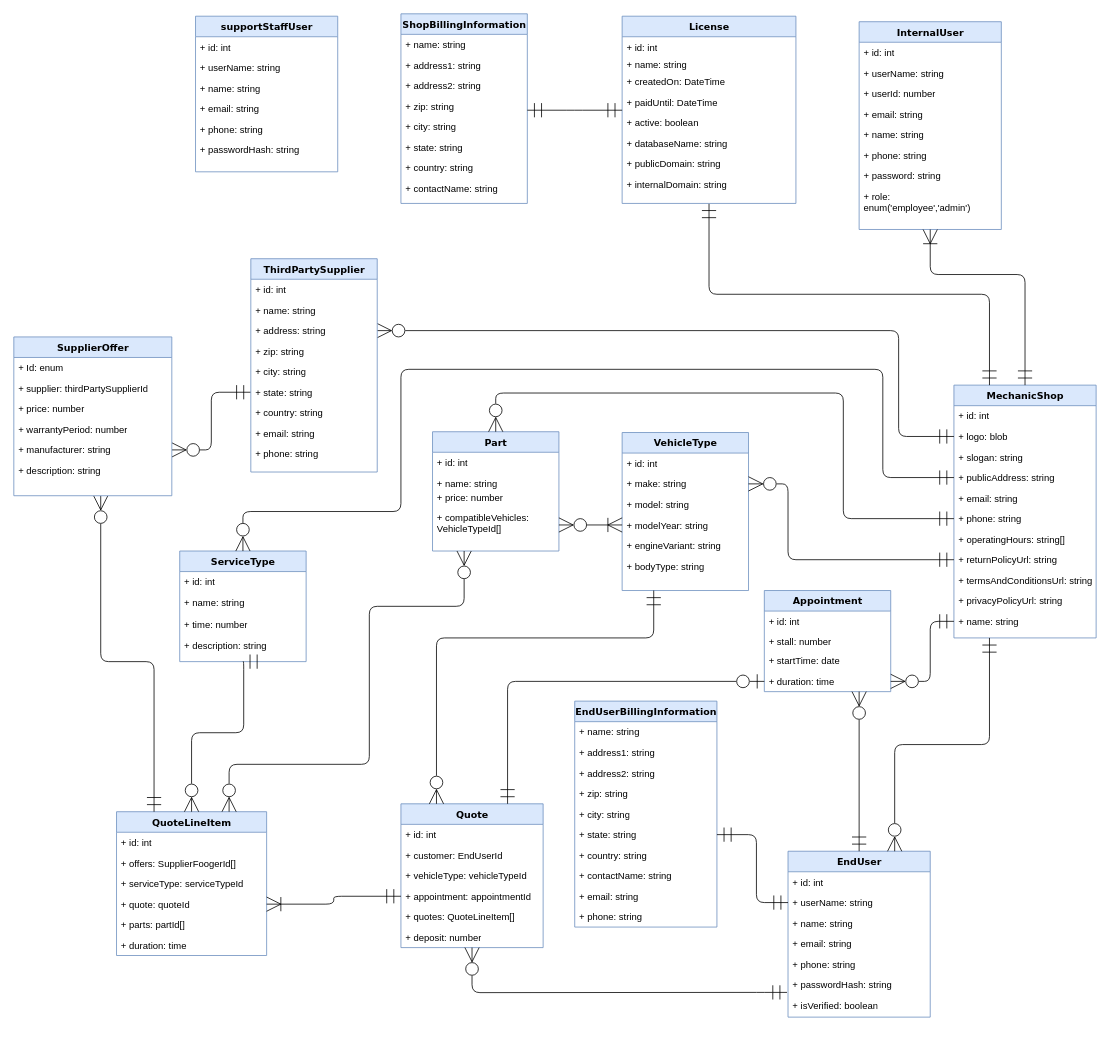
Above: Entity_Relationship_Diagrams/ERD.drawio in Awrmani/AutoQuotes (draw.io), before the change. Source tidied: cells renumbered, new cells numbered last; positions are measured from the earlier drawing's top-left corner, leaving out a move shared by most shapes. Both pictures are drawn from the tidied source at 79%, with x=0, y=0 at pixel (13, 13).
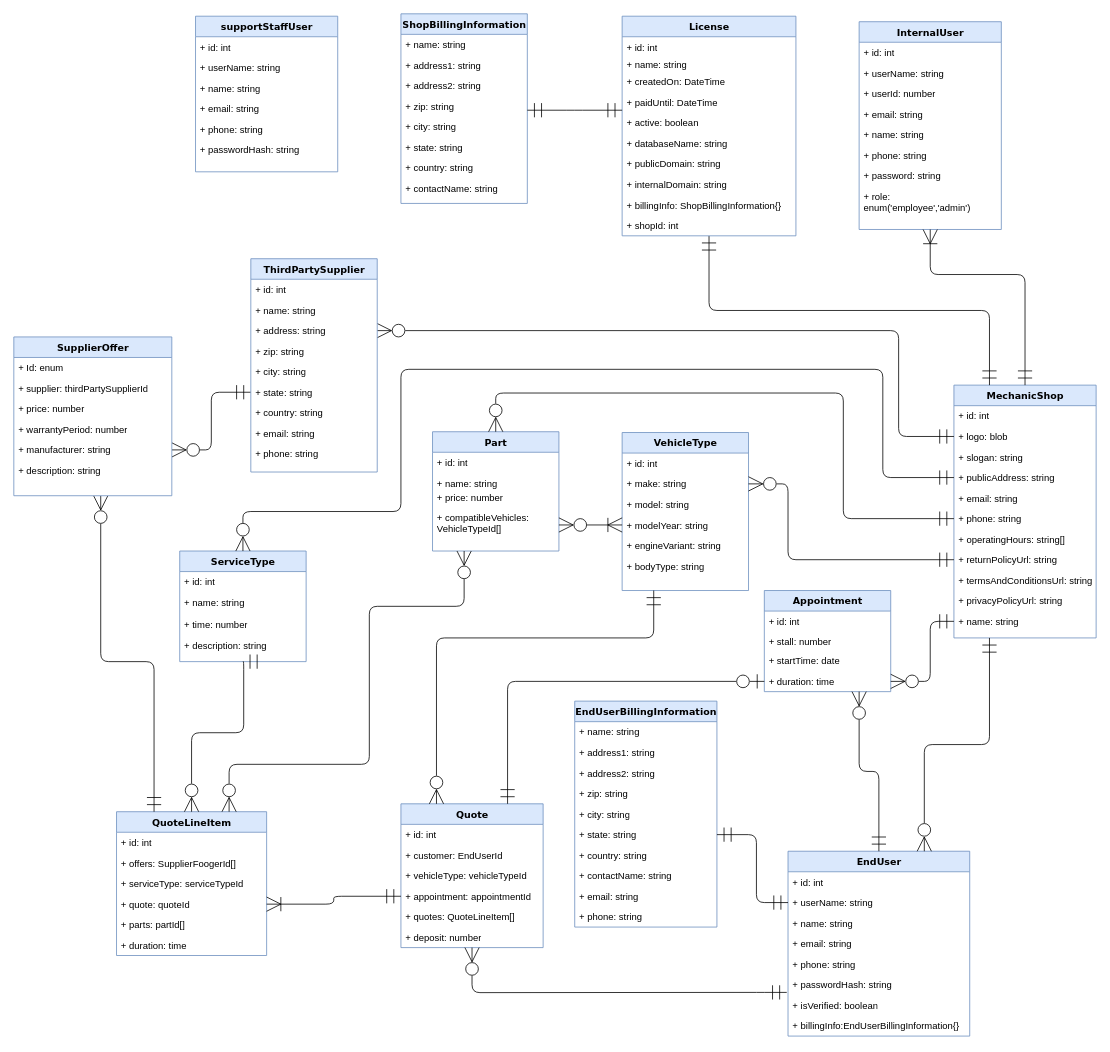
The same diagram, later.

What changed in the source:
```diff
@@
     <mxCell id="53" value="EndUser" style="swimlane;html=1;fontStyle=1;align=center;verticalAlign=top;horizontal=1;startSize=26;swimlaneFillColor=#ffffff;rounded=0;shadow=0;comic=0;labelBackgroundColor=none;strokeWidth=1;fillColor=#dae8fc;fontFamily=Verdana;fontSize=12;strokeColor=#6c8ebf;" parent="1" vertex="1">
-      <mxGeometry x="980" y="1060" width="180" height="210" as="geometry" />
+      <mxGeometry x="980" y="1060" width="230" height="234" as="geometry" />
     </mxCell>
     <mxCell id="54" value="+ id: int" style="text;html=1;strokeColor=none;fillColor=none;align=left;verticalAlign=top;spacingLeft=4;spacingRight=4;whiteSpace=wrap;overflow=hidden;" parent="53" vertex="1">
-      <mxGeometry y="26" width="180" height="26" as="geometry" />
+      <mxGeometry y="26" width="230" height="26" as="geometry" />
     </mxCell>
     <mxCell id="55" value="+ userName: string" style="text;html=1;strokeColor=none;fillColor=none;align=left;verticalAlign=top;spacingLeft=4;spacingRight=4;whiteSpace=wrap;overflow=hidden;" parent="53" vertex="1">
-      <mxGeometry y="52" width="180" height="26" as="geometry" />
+      <mxGeometry y="52" width="230" height="26" as="geometry" />
     </mxCell>
     <mxCell id="56" value="+ name: string" style="text;html=1;strokeColor=none;fillColor=none;align=left;verticalAlign=top;spacingLeft=4;spacingRight=4;whiteSpace=wrap;overflow=hidden;" parent="53" vertex="1">
-      <mxGeometry y="78" width="180" height="26" as="geometry" />
+      <mxGeometry y="78" width="230" height="26" as="geometry" />
     </mxCell>
     <mxCell id="57" value="+ email: string" style="text;html=1;strokeColor=none;fillColor=none;align=left;verticalAlign=top;spacingLeft=4;spacingRight=4;whiteSpace=wrap;overflow=hidden;" parent="53" vertex="1">
-      <mxGeometry y="104" width="180" height="26" as="geometry" />
+      <mxGeometry y="104" width="230" height="26" as="geometry" />
     </mxCell>
     <mxCell id="58" value="+ phone: string" style="text;html=1;strokeColor=none;fillColor=none;align=left;verticalAlign=top;spacingLeft=4;spacingRight=4;whiteSpace=wrap;overflow=hidden;" parent="53" vertex="1">
-      <mxGeometry y="130" width="180" height="26" as="geometry" />
+      <mxGeometry y="130" width="230" height="26" as="geometry" />
     </mxCell>
     <mxCell id="59" value="+ passwordHash: string" style="text;html=1;strokeColor=none;fillColor=none;align=left;verticalAlign=top;spacingLeft=4;spacingRight=4;whiteSpace=wrap;overflow=hidden;points=[[0,0.5],[1,0.5]];portConstraint=eastwest;" parent="53" vertex="1">
-      <mxGeometry y="156" width="180" height="26" as="geometry" />
+      <mxGeometry y="156" width="230" height="26" as="geometry" />
     </mxCell>
     <mxCell id="60" value="+ isVerified: boolean" style="text;html=1;strokeColor=none;fillColor=none;align=left;verticalAlign=top;spacingLeft=4;spacingRight=4;whiteSpace=wrap;overflow=hidden;" parent="53" vertex="1">
-      <mxGeometry y="182" width="180" height="26" as="geometry" />
+      <mxGeometry y="182" width="230" height="26" as="geometry" />
     </mxCell>
+    <mxCell id="141" value="+ billingInfo:EndUserBillingInformation{}" style="text;html=1;strokeColor=none;fillColor=none;align=left;verticalAlign=top;spacingLeft=4;spacingRight=4;whiteSpace=wrap;overflow=hidden;" parent="53" vertex="1">
+      <mxGeometry y="208" width="230" height="26" as="geometry" />
+    </mxCell>
@@
     <mxCell id="107" value="License" style="swimlane;html=1;fontStyle=1;align=center;verticalAlign=top;horizontal=1;startSize=26;swimlaneFillColor=#ffffff;rounded=0;shadow=0;comic=0;labelBackgroundColor=none;strokeWidth=1;fillColor=#dae8fc;fontFamily=Verdana;fontSize=12;strokeColor=#6c8ebf;" parent="1" vertex="1">
-      <mxGeometry x="770" y="3" width="220" height="237" as="geometry" />
+      <mxGeometry x="770" y="3" width="220" height="278" as="geometry" />
     </mxCell>
@@
+    <mxCell id="142" value="+ billingInfo: ShopBillingInformation{}" style="text;html=1;strokeColor=none;fillColor=none;align=left;verticalAlign=top;spacingLeft=4;spacingRight=4;whiteSpace=wrap;overflow=hidden;" parent="107" vertex="1">
+      <mxGeometry y="226" width="220" height="26" as="geometry" />
+    </mxCell>
+    <mxCell id="143" value="+ shopId: int" style="text;html=1;strokeColor=none;fillColor=none;align=left;verticalAlign=top;spacingLeft=4;spacingRight=4;whiteSpace=wrap;overflow=hidden;" parent="107" vertex="1">
+      <mxGeometry y="252" width="220" height="26" as="geometry" />
+    </mxCell>
```
